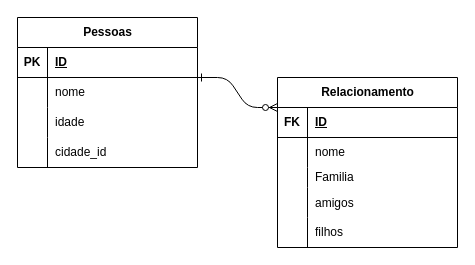
Above: modulo1/Modulo-01.drawio in danielekarine/diagramas-entra21 (draw.io), before the change. Source tidied: cells renumbered, new cells numbered last; positions are measured from the earlier drawing's top-left corner, leaving out a move shared by most shapes. Both pictures are drawn from the tidied source at 100%, with x=0, y=0 at pixel (17, 17).
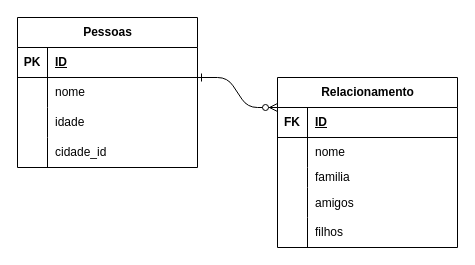
After the change.

Commit message:
atualizando nome

Unchanged cells that the change refers to:
```xml
<mxCell id="23" style="shape=tableRow;horizontal=0;startSize=0;swimlaneHead=0;swimlaneBody=0;fillColor=none;top=0;left=0;right=0;bottom=0;" parent="16" vertex="1">
  <mxGeometry y="90" width="180" height="20" as="geometry" />
</mxCell>
```

The edit, as a diff of the source:
```diff
@@
-    <mxCell id="25" value="Familia" style="shape=partialRectangle;fillColor=none;top=0;left=0;bottom=0;right=0;align=left;spacingLeft=6;overflow=hidden;whiteSpace=wrap;html=1;" parent="23" vertex="1">
+    <mxCell id="25" value="familia" style="shape=partialRectangle;fillColor=none;top=0;left=0;bottom=0;right=0;align=left;spacingLeft=6;overflow=hidden;whiteSpace=wrap;html=1;" parent="23" vertex="1">
       <mxGeometry x="30" width="150" height="20" as="geometry" />
     </mxCell>
```
